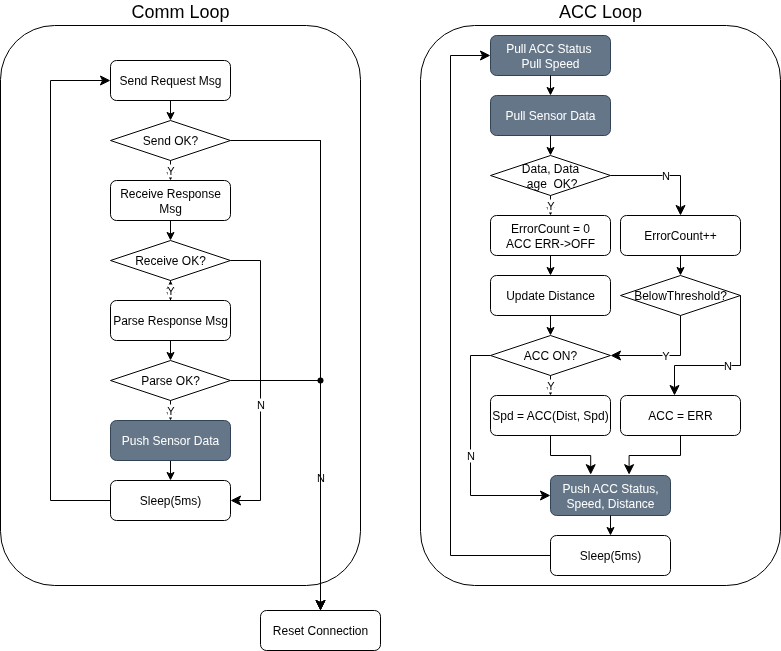
ernst-schwaiger/IDP keeps this draw.io diagram as acc/doc/design/images/StateDiagramNode2.png. Above is the earlier version. Source tidied: cells renumbered, new cells last; positions are measured from the earlier drawing's top-left corner, leaving out a move shared by most shapes. Source of this version:
```xml
<mxGraphModel>
  <root>
    <mxCell id="0" />
    <mxCell id="1" parent="0" />
    <mxCell id="2" value="ACC Loop" style="rounded=1;whiteSpace=wrap;html=1;fontSize=18;labelPosition=center;verticalLabelPosition=top;align=center;verticalAlign=bottom;" parent="1" vertex="1">
      <mxGeometry x="420" width="360" height="560" as="geometry" />
    </mxCell>
    <mxCell id="3" value="Comm Loop" style="rounded=1;whiteSpace=wrap;html=1;fontSize=18;labelPosition=center;verticalLabelPosition=top;align=center;verticalAlign=bottom;" parent="1" vertex="1">
      <mxGeometry width="360" height="560" as="geometry" />
    </mxCell>
    <mxCell id="4" style="endArrow=classic;html=1;rounded=0;exitX=0.5;exitY=1;exitDx=0;exitDy=0;entryX=0.5;entryY=0;entryDx=0;entryDy=0;" parent="1" edge="1" source="20" target="24">
      <mxGeometry relative="1" as="geometry" />
    </mxCell>
    <mxCell id="5" value="Parse OK?" style="rhombus;whiteSpace=wrap;html=1;" parent="1" vertex="1">
      <mxGeometry x="110" y="335" width="120" height="40" as="geometry" />
    </mxCell>
    <mxCell id="6" value="Reset Connection" style="rounded=1;whiteSpace=wrap;html=1;" parent="1" vertex="1">
      <mxGeometry x="260" y="585" width="120" height="40" as="geometry" />
    </mxCell>
    <mxCell id="7" value="N" style="edgeStyle=elbowEdgeStyle;elbow=vertical;endArrow=classic;html=1;curved=0;rounded=0;endSize=8;startSize=8;exitX=1;exitY=0.5;exitDx=0;exitDy=0;entryX=0.5;entryY=0;entryDx=0;entryDy=0;" parent="1" edge="1" source="5" target="6">
      <mxGeometry x="0.29" y="-20" relative="1" as="geometry">
        <Array as="points">
          <mxPoint x="280" y="355" />
        </Array>
        <mxPoint x="20" y="-20" as="offset" />
      </mxGeometry>
    </mxCell>
    <mxCell id="8" style="edgeStyle=elbowEdgeStyle;elbow=vertical;endArrow=classic;html=1;curved=0;rounded=0;endSize=8;startSize=8;exitDx=0;exitDy=0;entryDx=0;entryDy=0;entryX=0.5;entryY=0;" parent="1" edge="1" source="26" target="6">
      <mxGeometry x="0.29" y="-20" relative="1" as="geometry">
        <Array as="points">
          <mxPoint x="280" y="115" />
        </Array>
        <mxPoint x="20" y="-20" as="offset" />
      </mxGeometry>
    </mxCell>
    <mxCell id="9" value="Send Request Msg" style="rounded=1;whiteSpace=wrap;html=1;" parent="1" vertex="1">
      <mxGeometry x="110" y="35" width="120" height="40" as="geometry" />
    </mxCell>
    <mxCell id="10" value="Receive Response Msg" style="rounded=1;whiteSpace=wrap;html=1;" parent="1" vertex="1">
      <mxGeometry x="110" y="155" width="120" height="40" as="geometry" />
    </mxCell>
    <mxCell id="11" style="endArrow=classic;html=1;rounded=0;exitX=0.5;exitY=1;exitDx=0;exitDy=0;entryX=0.5;entryY=0;entryDx=0;entryDy=0;" parent="1" edge="1" source="9" target="13">
      <mxGeometry relative="1" as="geometry" />
    </mxCell>
    <mxCell id="12" style="endArrow=classic;html=1;rounded=0;exitX=0.5;exitY=1;exitDx=0;exitDy=0;" parent="1" edge="1" source="10" target="18">
      <mxGeometry relative="1" as="geometry" />
    </mxCell>
    <mxCell id="13" value="Send&amp;nbsp;&lt;span style=&quot;background-color: transparent; color: light-dark(rgb(0, 0, 0), rgb(255, 255, 255));&quot;&gt;OK?&lt;/span&gt;" style="rhombus;whiteSpace=wrap;html=1;" parent="1" vertex="1">
      <mxGeometry x="110" y="95" width="120" height="40" as="geometry" />
    </mxCell>
    <mxCell id="14" style="edgeStyle=orthogonalEdgeStyle;rounded=0;jettySize=auto;html=1;" parent="1" edge="1" source="15" target="18">
      <mxGeometry relative="1" as="geometry" />
    </mxCell>
    <mxCell id="15" value="Parse Response Msg" style="rounded=1;whiteSpace=wrap;html=1;" parent="1" vertex="1">
      <mxGeometry x="110" y="275" width="120" height="40" as="geometry" />
    </mxCell>
    <mxCell id="16" value="Y" style="endArrow=classic;html=1;rounded=0;entryX=0.5;entryY=0;entryDx=0;entryDy=0;exitX=0.5;exitY=1;exitDx=0;exitDy=0;" parent="1" edge="1" source="13" target="10">
      <mxGeometry relative="1" as="geometry" />
    </mxCell>
    <mxCell id="17" style="endArrow=classic;html=1;rounded=0;exitX=0.5;exitY=1;exitDx=0;exitDy=0;" parent="1" edge="1" source="15" target="5">
      <mxGeometry relative="1" as="geometry" />
    </mxCell>
    <mxCell id="18" value="Receive OK?" style="rhombus;whiteSpace=wrap;html=1;" parent="1" vertex="1">
      <mxGeometry x="110" y="215" width="120" height="40" as="geometry" />
    </mxCell>
    <mxCell id="19" value="Y" style="endArrow=classic;html=1;rounded=0;exitX=0.5;exitY=1;exitDx=0;exitDy=0;entryX=0.5;entryY=0;entryDx=0;entryDy=0;" parent="1" edge="1" source="18" target="15">
      <mxGeometry relative="1" as="geometry" />
    </mxCell>
    <mxCell id="20" value="Push Sensor Data" style="rounded=1;whiteSpace=wrap;html=1;fillColor=#647687;fontColor=#ffffff;strokeColor=#314354;" parent="1" vertex="1">
      <mxGeometry x="110" y="395" width="120" height="40" as="geometry" />
    </mxCell>
    <mxCell id="21" style="edgeStyle=elbowEdgeStyle;elbow=vertical;endArrow=classic;html=1;curved=0;rounded=0;endSize=8;startSize=8;entryX=0;entryY=0.5;entryDx=0;entryDy=0;exitX=0;exitY=0.5;exitDx=0;exitDy=0;" parent="1" edge="1" source="24" target="9">
      <mxGeometry relative="1" as="geometry">
        <Array as="points">
          <mxPoint x="50" y="255" />
        </Array>
      </mxGeometry>
    </mxCell>
    <mxCell id="22" value="Y" style="endArrow=classic;html=1;rounded=0;entryX=0.5;entryY=0;entryDx=0;entryDy=0;exitX=0.5;exitY=1;exitDx=0;exitDy=0;" parent="1" edge="1" source="5" target="20">
      <mxGeometry relative="1" as="geometry" />
    </mxCell>
    <mxCell id="23" value="N" style="edgeStyle=elbowEdgeStyle;elbow=vertical;endArrow=classic;html=1;curved=0;rounded=0;endSize=8;startSize=8;exitX=1;exitY=0.5;exitDx=0;exitDy=0;entryX=1;entryY=0.5;entryDx=0;entryDy=0;" parent="1" edge="1" source="18" target="24">
      <mxGeometry x="0.29" y="-20" relative="1" as="geometry">
        <Array as="points">
          <mxPoint x="260" y="355" />
        </Array>
        <mxPoint x="20" y="-20" as="offset" />
      </mxGeometry>
    </mxCell>
    <mxCell id="24" value="Sleep(5ms)" style="rounded=1;whiteSpace=wrap;html=1;" parent="1" vertex="1">
      <mxGeometry x="110" y="455" width="120" height="40" as="geometry" />
    </mxCell>
    <mxCell id="25" style="edgeStyle=elbowEdgeStyle;elbow=vertical;endArrow=classic;html=1;curved=0;rounded=0;endSize=8;startSize=8;exitX=1;exitY=0.5;exitDx=0;exitDy=0;entryDx=0;entryDy=0;entryX=0.5;entryY=0;" parent="1" edge="1" source="13" target="6">
      <mxGeometry x="0.29" y="-20" relative="1" as="geometry">
        <Array as="points">
          <mxPoint x="280" y="115" />
        </Array>
        <mxPoint x="20" y="-20" as="offset" />
      </mxGeometry>
    </mxCell>
    <mxCell id="26" style="shape=waypoint;sketch=0;fillStyle=solid;size=6;points=[];fillColor=none;perimeter=centerPerimeter;snapToPoint=1;" parent="1" vertex="1">
      <mxGeometry x="310" y="345" width="20" height="20" as="geometry" />
    </mxCell>
    <mxCell id="27" style="group;" parent="1" vertex="1">
      <mxGeometry x="450" y="10" width="290" height="540" as="geometry" />
    </mxCell>
    <mxCell id="28" value="ErrorCount++" style="rounded=1;whiteSpace=wrap;html=1;" parent="27" vertex="1">
      <mxGeometry x="170" y="180" width="120" height="40" as="geometry" />
    </mxCell>
    <mxCell id="29" value="Pull Sensor Data" style="rounded=1;whiteSpace=wrap;html=1;fillColor=#647687;fontColor=#ffffff;strokeColor=#314354;" parent="27" vertex="1">
      <mxGeometry x="40" y="60" width="120" height="40" as="geometry" />
    </mxCell>
    <mxCell id="30" value="Data, Data&lt;div&gt;&amp;nbsp;age&amp;nbsp;&lt;span style=&quot;background-color: transparent; color: light-dark(rgb(0, 0, 0), rgb(255, 255, 255));&quot;&gt;&amp;nbsp;&lt;/span&gt;&lt;span style=&quot;background-color: transparent; color: light-dark(rgb(0, 0, 0), rgb(255, 255, 255));&quot;&gt;OK?&lt;/span&gt;&lt;/div&gt;" style="rhombus;whiteSpace=wrap;html=1;" parent="27" vertex="1">
      <mxGeometry x="40" y="120" width="120" height="40" as="geometry" />
    </mxCell>
    <mxCell id="31" value="ACC&amp;nbsp;&lt;span style=&quot;background-color: transparent; color: light-dark(rgb(0, 0, 0), rgb(255, 255, 255));&quot;&gt;ON?&lt;/span&gt;" style="rhombus;whiteSpace=wrap;html=1;" parent="27" vertex="1">
      <mxGeometry x="40" y="300" width="120" height="40" as="geometry" />
    </mxCell>
    <mxCell id="32" value="ErrorCount = 0&lt;div&gt;ACC ERR-&amp;gt;OFF&lt;/div&gt;" style="rounded=1;whiteSpace=wrap;html=1;" parent="27" vertex="1">
      <mxGeometry x="40" y="180" width="120" height="40" as="geometry" />
    </mxCell>
    <mxCell id="33" value="Y" style="endArrow=classic;html=1;rounded=0;entryX=0.5;entryY=0;entryDx=0;entryDy=0;exitX=0.5;exitY=1;exitDx=0;exitDy=0;" parent="27" edge="1" source="30" target="32">
      <mxGeometry relative="1" as="geometry" />
    </mxCell>
    <mxCell id="34" value="Y" style="endArrow=classic;html=1;rounded=0;exitX=0.5;exitY=1;exitDx=0;exitDy=0;entryX=0.5;entryY=0;entryDx=0;entryDy=0;" parent="27" edge="1" source="31" target="37">
      <mxGeometry relative="1" as="geometry" />
    </mxCell>
    <mxCell id="35" style="endArrow=classic;html=1;rounded=0;exitX=0.5;exitY=1;exitDx=0;exitDy=0;entryX=0.5;entryY=0;entryDx=0;entryDy=0;" parent="27" edge="1" source="28" target="38">
      <mxGeometry relative="1" as="geometry" />
    </mxCell>
    <mxCell id="36" style="endArrow=classic;html=1;rounded=0;exitX=0.5;exitY=1;exitDx=0;exitDy=0;" parent="27" edge="1" source="29" target="30">
      <mxGeometry relative="1" as="geometry" />
    </mxCell>
    <mxCell id="37" value="Spd = ACC(Dist, Spd)" style="rounded=1;whiteSpace=wrap;html=1;" parent="27" vertex="1">
      <mxGeometry x="40" y="360" width="120" height="40" as="geometry" />
    </mxCell>
    <mxCell id="38" value="BelowThreshold?" style="rhombus;whiteSpace=wrap;html=1;" parent="27" vertex="1">
      <mxGeometry x="170" y="240" width="120" height="40" as="geometry" />
    </mxCell>
    <mxCell id="39" value="N" style="edgeStyle=elbowEdgeStyle;elbow=vertical;endArrow=classic;html=1;curved=0;rounded=0;endSize=8;startSize=8;entryX=0.5;entryY=0;entryDx=0;entryDy=0;exitX=1;exitY=0.5;exitDx=0;exitDy=0;" parent="27" edge="1" source="30" target="28">
      <mxGeometry relative="1" as="geometry">
        <Array as="points">
          <mxPoint x="180" y="140" />
        </Array>
      </mxGeometry>
    </mxCell>
    <mxCell id="40" value="Y" style="edgeStyle=elbowEdgeStyle;elbow=vertical;endArrow=classic;html=1;curved=0;rounded=0;endSize=8;startSize=8;entryX=1;entryY=0.5;entryDx=0;entryDy=0;exitX=0.5;exitY=1;exitDx=0;exitDy=0;" parent="27" edge="1" source="38" target="31">
      <mxGeometry relative="1" as="geometry">
        <Array as="points">
          <mxPoint x="200" y="320" />
        </Array>
      </mxGeometry>
    </mxCell>
    <mxCell id="41" value="Pull ACC Status&amp;nbsp;&lt;div&gt;Pull Speed&lt;/div&gt;" style="rounded=1;whiteSpace=wrap;html=1;fillColor=#647687;fontColor=#ffffff;strokeColor=#314354;" parent="27" vertex="1">
      <mxGeometry x="40" width="120" height="40" as="geometry" />
    </mxCell>
    <mxCell id="42" value="&lt;div&gt;Update Distance&lt;/div&gt;" style="rounded=1;whiteSpace=wrap;html=1;" parent="27" vertex="1">
      <mxGeometry x="40" y="240" width="120" height="40" as="geometry" />
    </mxCell>
    <mxCell id="43" style="endArrow=classic;html=1;rounded=0;exitX=0.5;exitY=1;exitDx=0;exitDy=0;entryX=0.5;entryY=0;entryDx=0;entryDy=0;" parent="27" edge="1" source="32" target="42">
      <mxGeometry relative="1" as="geometry" />
    </mxCell>
    <mxCell id="44" style="endArrow=classic;html=1;rounded=0;exitX=0.5;exitY=1;exitDx=0;exitDy=0;entryX=0.5;entryY=0;entryDx=0;entryDy=0;" parent="27" edge="1" source="42" target="31">
      <mxGeometry relative="1" as="geometry" />
    </mxCell>
    <mxCell id="45" value="ACC = ERR" style="rounded=1;whiteSpace=wrap;html=1;" parent="27" vertex="1">
      <mxGeometry x="170" y="360" width="120" height="40" as="geometry" />
    </mxCell>
    <mxCell id="46" value="N" style="edgeStyle=elbowEdgeStyle;elbow=vertical;endArrow=classic;html=1;curved=0;rounded=0;endSize=8;startSize=8;entryX=0.45;entryY=0;entryDx=0;entryDy=0;exitX=1;exitY=0.5;exitDx=0;exitDy=0;entryPerimeter=0;" parent="27" edge="1" source="38" target="45">
      <mxGeometry relative="1" as="geometry">
        <Array as="points">
          <mxPoint x="260" y="330" />
        </Array>
      </mxGeometry>
    </mxCell>
    <mxCell id="47" value="Push ACC Status, Speed, Distance" style="rounded=1;whiteSpace=wrap;html=1;fillColor=#647687;fontColor=#ffffff;strokeColor=#314354;" parent="27" vertex="1">
      <mxGeometry x="100" y="440" width="120" height="40" as="geometry" />
    </mxCell>
    <mxCell id="48" value="Sleep(5ms)" style="rounded=1;whiteSpace=wrap;html=1;" parent="27" vertex="1">
      <mxGeometry x="100" y="500" width="120" height="40" as="geometry" />
    </mxCell>
    <mxCell id="49" style="edgeStyle=elbowEdgeStyle;elbow=vertical;endArrow=classic;html=1;curved=0;rounded=0;endSize=8;startSize=8;entryX=0.335;entryY=-0.02;entryDx=0;entryDy=0;exitX=0.5;exitY=1;exitDx=0;exitDy=0;entryPerimeter=0;" parent="27" edge="1" source="37" target="47">
      <mxGeometry relative="1" as="geometry" />
    </mxCell>
    <mxCell id="50" style="edgeStyle=elbowEdgeStyle;elbow=vertical;endArrow=classic;html=1;curved=0;rounded=0;endSize=8;startSize=8;entryX=0.655;entryY=-0.02;entryDx=0;entryDy=0;exitX=0.5;exitY=1;exitDx=0;exitDy=0;entryPerimeter=0;" parent="27" edge="1" source="45" target="47">
      <mxGeometry relative="1" as="geometry" />
    </mxCell>
    <mxCell id="51" style="endArrow=classic;html=1;rounded=0;exitX=0.5;exitY=1;exitDx=0;exitDy=0;" parent="27" edge="1" source="41" target="29">
      <mxGeometry relative="1" as="geometry" />
    </mxCell>
    <mxCell id="52" value="N" style="edgeStyle=elbowEdgeStyle;elbow=vertical;endArrow=classic;html=1;curved=0;rounded=0;endSize=8;startSize=8;entryX=0;entryY=0.5;entryDx=0;entryDy=0;exitX=0;exitY=0.5;exitDx=0;exitDy=0;" parent="27" edge="1" source="31" target="47">
      <mxGeometry relative="1" as="geometry">
        <Array as="points">
          <mxPoint x="20" y="390" />
        </Array>
      </mxGeometry>
    </mxCell>
    <mxCell id="53" style="endArrow=classic;html=1;rounded=0;exitX=0.5;exitY=1;exitDx=0;exitDy=0;entryX=0.5;entryY=0;entryDx=0;entryDy=0;" parent="27" edge="1" source="47" target="48">
      <mxGeometry relative="1" as="geometry" />
    </mxCell>
    <mxCell id="54" style="edgeStyle=elbowEdgeStyle;elbow=vertical;endArrow=classic;html=1;curved=0;rounded=0;endSize=8;startSize=8;entryX=0;entryY=0.5;entryDx=0;entryDy=0;exitX=0;exitY=0.5;exitDx=0;exitDy=0;" parent="27" edge="1" source="48" target="41">
      <mxGeometry relative="1" as="geometry">
        <Array as="points">
          <mxPoint y="280" />
        </Array>
      </mxGeometry>
    </mxCell>
  </root>
</mxGraphModel>
```
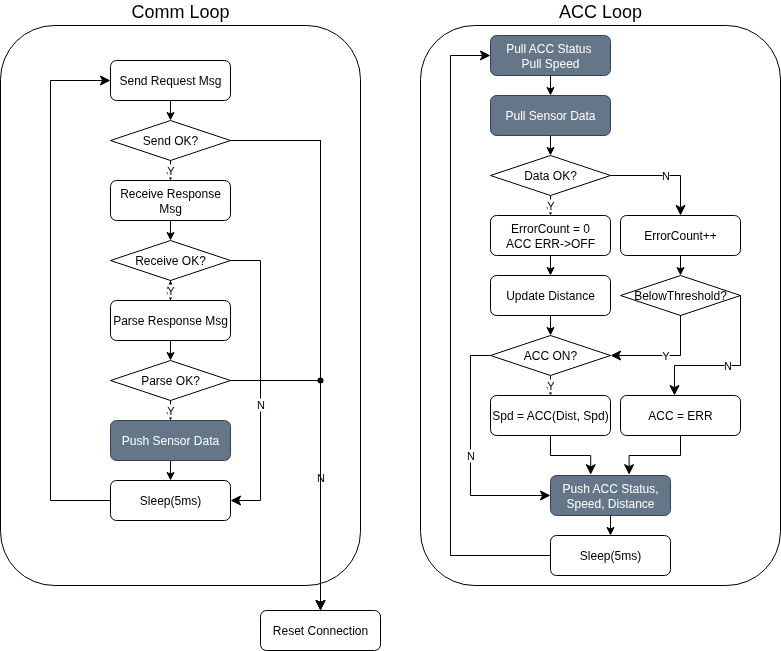
After the change.

Commit message:
remove age check from design, adapt counter policy in communication,  add threads to node 2

Diff of the diagram source:
```diff
@@ -110,7 +110,7 @@
     <mxCell id="29" value="Pull Sensor Data" style="rounded=1;whiteSpace=wrap;html=1;fillColor=#647687;fontColor=#ffffff;strokeColor=#314354;" parent="27" vertex="1">
       <mxGeometry x="40" y="60" width="120" height="40" as="geometry" />
     </mxCell>
-    <mxCell id="30" value="Data, Data&lt;div&gt;&amp;nbsp;age&amp;nbsp;&lt;span style=&quot;background-color: transparent; color: light-dark(rgb(0, 0, 0), rgb(255, 255, 255));&quot;&gt;&amp;nbsp;&lt;/span&gt;&lt;span style=&quot;background-color: transparent; color: light-dark(rgb(0, 0, 0), rgb(255, 255, 255));&quot;&gt;OK?&lt;/span&gt;&lt;/div&gt;" style="rhombus;whiteSpace=wrap;html=1;" parent="27" vertex="1">
+    <mxCell id="30" value="Data&amp;nbsp;&lt;span style=&quot;background-color: transparent; color: light-dark(rgb(0, 0, 0), rgb(255, 255, 255));&quot;&gt;OK?&lt;/span&gt;" style="rhombus;whiteSpace=wrap;html=1;" parent="27" vertex="1">
       <mxGeometry x="40" y="120" width="120" height="40" as="geometry" />
     </mxCell>
     <mxCell id="31" value="ACC&amp;nbsp;&lt;span style=&quot;background-color: transparent; color: light-dark(rgb(0, 0, 0), rgb(255, 255, 255));&quot;&gt;ON?&lt;/span&gt;" style="rhombus;whiteSpace=wrap;html=1;" parent="27" vertex="1">
```
